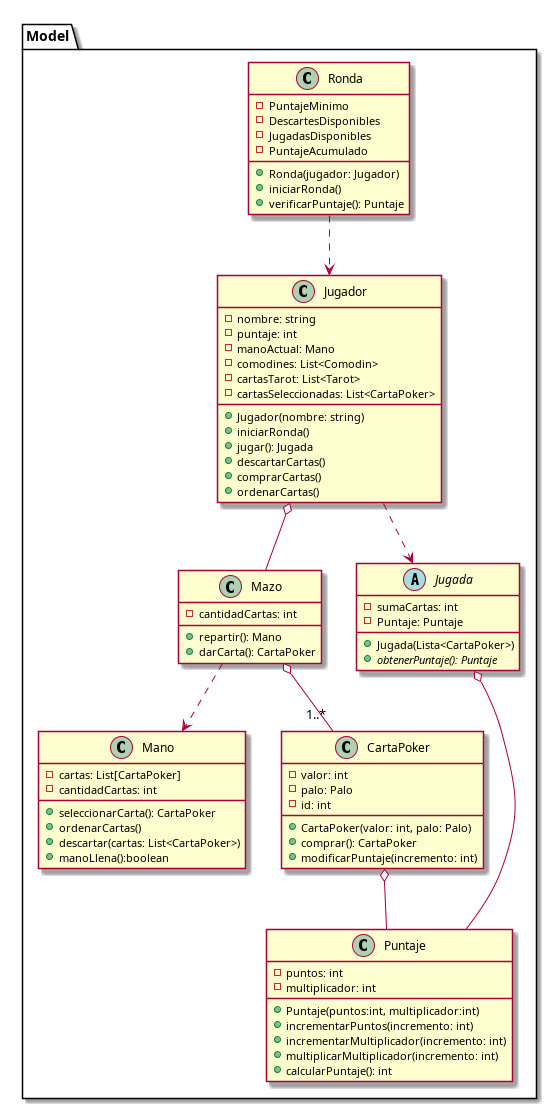
Above: diagrams/classes/clasesBalatro2.png in carruizdiaz1109/UBAlatro (PlantUML), before the change. Its source is kept beside it as diagrams/classes/clasesBalatro2.puml.
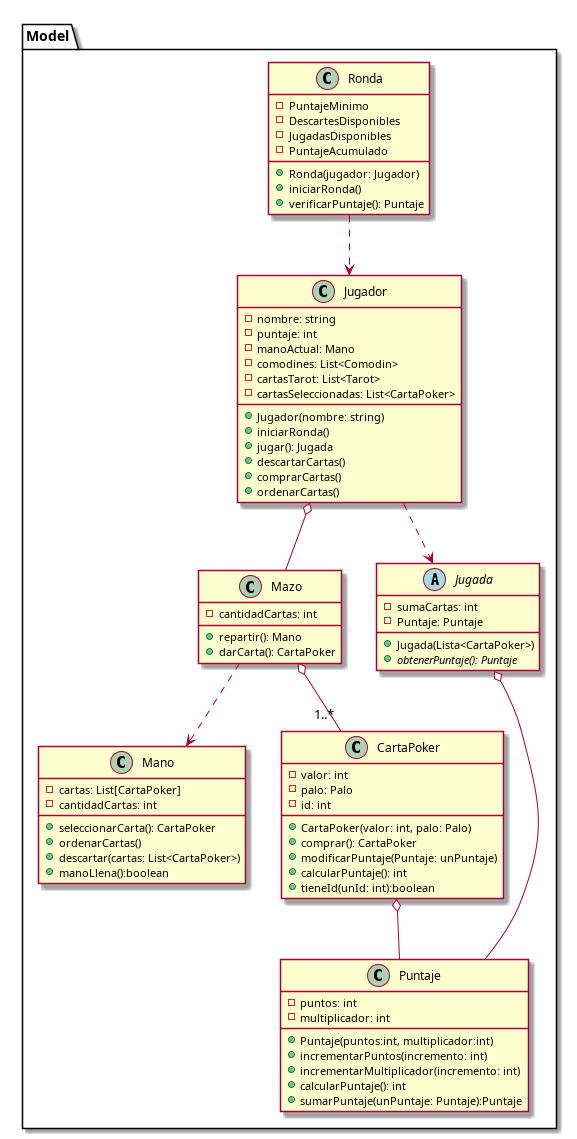
The same file after the commit.

The edit, as a diff of the source:
```diff
@@ -39,8 +39,8 @@
     + Puntaje(puntos:int, multiplicador:int)
     + incrementarPuntos(incremento: int)
     + incrementarMultiplicador(incremento: int)
-    + multiplicarMultiplicador(incremento: int)
     + calcularPuntaje(): int
+    + sumarPuntaje(unPuntaje: Puntaje):Puntaje
 }
 
 class CartaPoker {
@@ -49,7 +49,9 @@
     - id: int
     + CartaPoker(valor: int, palo: Palo)
     + comprar(): CartaPoker
-    + modificarPuntaje(incremento: int)
+    + modificarPuntaje(Puntaje: unPuntaje)
+    + calcularPuntaje(): int
+    + tieneId(unId: int):boolean
 }
 
 class Ronda {
```
